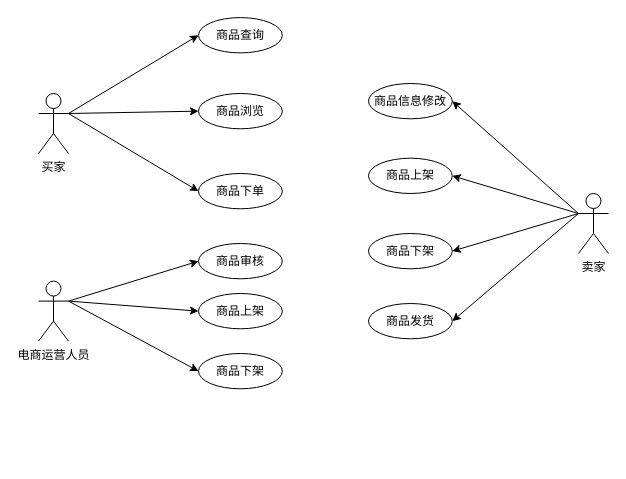
Above: 3-4订单功能用例图.drawio in Joker-5/drawio-repo (draw.io), before the change. Source tidied: cells renumbered, new cells numbered last; positions are measured from the earlier drawing's top-left corner, leaving out a move shared by most shapes. Both pictures are drawn from the tidied source at 100%, with x=0, y=0 at pixel (38, 17).
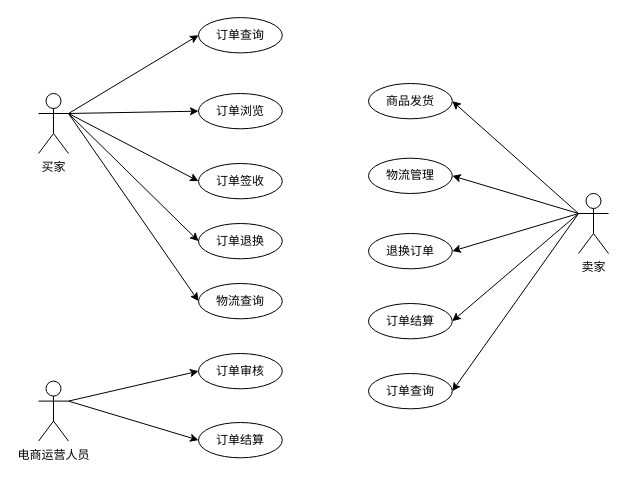
After the change.

Commit message:
更新3-4订单功能用例图.drawio

Unchanged cells that the change refers to:
```xml
<mxCell id="5" value="买家" style="shape=umlActor;verticalLabelPosition=bottom;verticalAlign=top;html=1;outlineConnect=0;" parent="1" vertex="1">
  <mxGeometry y="76" width="30" height="60" as="geometry" />
</mxCell>
<mxCell id="14" value="卖家" style="shape=umlActor;verticalLabelPosition=bottom;verticalAlign=top;html=1;outlineConnect=0;" parent="1" vertex="1">
  <mxGeometry x="540" y="176" width="30" height="60" as="geometry" />
</mxCell>
```

Change to the diagram source:
```diff
@@
-    <mxCell id="4" style="rounded=0;jettySize=auto;html=1;exitX=1;exitY=0.3333333333333333;exitDx=0;exitDy=0;exitPerimeter=0;entryX=0;entryY=0.5;entryDx=0;entryDy=0;" parent="1" edge="1" source="5" target="17">
-      <mxGeometry relative="1" as="geometry" />
+    <mxCell id="4" style="rounded=0;jettySize=auto;html=1;entryX=0;entryY=0.5;entryDx=0;entryDy=0;" parent="1" edge="1" target="17">
+      <mxGeometry relative="1" as="geometry">
+        <mxPoint x="30" y="96" as="sourcePoint" />
+      </mxGeometry>
     </mxCell>
+    <mxCell id="25" style="rounded=0;jettySize=auto;html=1;exitX=1;exitY=0.3333333333333333;exitDx=0;exitDy=0;exitPerimeter=0;entryX=0;entryY=0.5;entryDx=0;entryDy=0;" parent="1" edge="1" source="5" target="28">
+      <mxGeometry relative="1" as="geometry" />
+    </mxCell>
+    <mxCell id="26" style="rounded=0;jettySize=auto;html=1;exitX=1;exitY=0.3333333333333333;exitDx=0;exitDy=0;exitPerimeter=0;entryX=0;entryY=0.5;entryDx=0;entryDy=0;" parent="1" edge="1" source="5" target="29">
+      <mxGeometry relative="1" as="geometry" />
+    </mxCell>
@@
-    <mxCell id="8" style="rounded=0;jettySize=auto;html=1;exitX=1;exitY=0.3333333333333333;exitDx=0;exitDy=0;exitPerimeter=0;entryX=0;entryY=0.5;entryDx=0;entryDy=0;" parent="1" edge="1" source="9" target="23">
-      <mxGeometry relative="1" as="geometry" />
-    </mxCell>
     <mxCell id="9" value="电商运营人员" style="shape=umlActor;verticalLabelPosition=bottom;verticalAlign=top;html=1;outlineConnect=0;" parent="1" vertex="1">
-      <mxGeometry y="263.6" width="30" height="60" as="geometry" />
+      <mxGeometry y="363.6" width="30" height="60" as="geometry" />
     </mxCell>
@@
+    <mxCell id="27" style="rounded=0;jettySize=auto;html=1;exitX=0;exitY=0.3333333333333333;exitDx=0;exitDy=0;exitPerimeter=0;entryX=1;entryY=0.5;entryDx=0;entryDy=0;" parent="1" edge="1" source="14" target="30">
+      <mxGeometry relative="1" as="geometry" />
+    </mxCell>
@@
-    <mxCell id="15" value="商品查询" style="ellipse;whiteSpace=wrap;html=1;" parent="1" vertex="1">
+    <mxCell id="15" value="订单查询" style="ellipse;whiteSpace=wrap;html=1;" parent="1" vertex="1">
       <mxGeometry x="160" y="0.1" width="83.8" height="35.3" as="geometry" />
     </mxCell>
-    <mxCell id="16" value="商品浏览" style="ellipse;whiteSpace=wrap;html=1;" parent="1" vertex="1">
+    <mxCell id="16" value="订单浏览" style="ellipse;whiteSpace=wrap;html=1;" parent="1" vertex="1">
       <mxGeometry x="160" y="76" width="83.8" height="35.3" as="geometry" />
     </mxCell>
-    <mxCell id="17" value="商品下单" style="ellipse;whiteSpace=wrap;html=1;" parent="1" vertex="1">
-      <mxGeometry x="160" y="156" width="83.8" height="35.3" as="geometry" />
+    <mxCell id="17" value="订单签收" style="ellipse;whiteSpace=wrap;html=1;" parent="1" vertex="1">
+      <mxGeometry x="160" y="146" width="83.8" height="35.3" as="geometry" />
     </mxCell>
-    <mxCell id="18" value="商品信息修改" style="ellipse;whiteSpace=wrap;html=1;" parent="1" vertex="1">
+    <mxCell id="18" value="商品发货" style="ellipse;whiteSpace=wrap;html=1;" parent="1" vertex="1">
       <mxGeometry x="330" y="66" width="83.8" height="35.3" as="geometry" />
     </mxCell>
-    <mxCell id="19" value="商品上架" style="ellipse;whiteSpace=wrap;html=1;" parent="1" vertex="1">
+    <mxCell id="19" value="物流管理" style="ellipse;whiteSpace=wrap;html=1;" parent="1" vertex="1">
       <mxGeometry x="330" y="140.7" width="83.8" height="35.3" as="geometry" />
     </mxCell>
-    <mxCell id="20" value="商品下架" style="ellipse;whiteSpace=wrap;html=1;" parent="1" vertex="1">
+    <mxCell id="20" value="退换订单" style="ellipse;whiteSpace=wrap;html=1;" parent="1" vertex="1">
       <mxGeometry x="330" y="216" width="83.8" height="35.3" as="geometry" />
     </mxCell>
-    <mxCell id="21" value="商品发货" style="ellipse;whiteSpace=wrap;html=1;" parent="1" vertex="1">
+    <mxCell id="21" value="订单结算" style="ellipse;whiteSpace=wrap;html=1;" parent="1" vertex="1">
       <mxGeometry x="330" y="286" width="83.8" height="35.3" as="geometry" />
     </mxCell>
-    <mxCell id="22" value="商品审核" style="ellipse;whiteSpace=wrap;html=1;" parent="1" vertex="1">
-      <mxGeometry x="160" y="226" width="83.8" height="35.3" as="geometry" />
+    <mxCell id="22" value="订单审核" style="ellipse;whiteSpace=wrap;html=1;" parent="1" vertex="1">
+      <mxGeometry x="160" y="336" width="83.8" height="35.3" as="geometry" />
     </mxCell>
-    <mxCell id="23" value="商品下架" style="ellipse;whiteSpace=wrap;html=1;" parent="1" vertex="1">
-      <mxGeometry x="160" y="336" width="83.8" height="35.3" as="geometry" />
-    </mxCell>
-    <mxCell id="24" value="商品上架" style="ellipse;whiteSpace=wrap;html=1;" parent="1" vertex="1">
-      <mxGeometry x="160" y="276" width="83.8" height="35.3" as="geometry" />
+    <mxCell id="24" value="订单结算" style="ellipse;whiteSpace=wrap;html=1;" parent="1" vertex="1">
+      <mxGeometry x="160" y="405" width="83.8" height="35.3" as="geometry" />
     </mxCell>
+    <mxCell id="28" value="订单退换" style="ellipse;whiteSpace=wrap;html=1;" parent="1" vertex="1">
+      <mxGeometry x="160" y="206" width="83.8" height="35.3" as="geometry" />
+    </mxCell>
+    <mxCell id="29" value="物流查询" style="ellipse;whiteSpace=wrap;html=1;" parent="1" vertex="1">
+      <mxGeometry x="160" y="266" width="83.8" height="35.3" as="geometry" />
+    </mxCell>
+    <mxCell id="30" value="订单查询" style="ellipse;whiteSpace=wrap;html=1;" parent="1" vertex="1">
+      <mxGeometry x="330" y="356" width="83.8" height="35.3" as="geometry" />
+    </mxCell>
```
